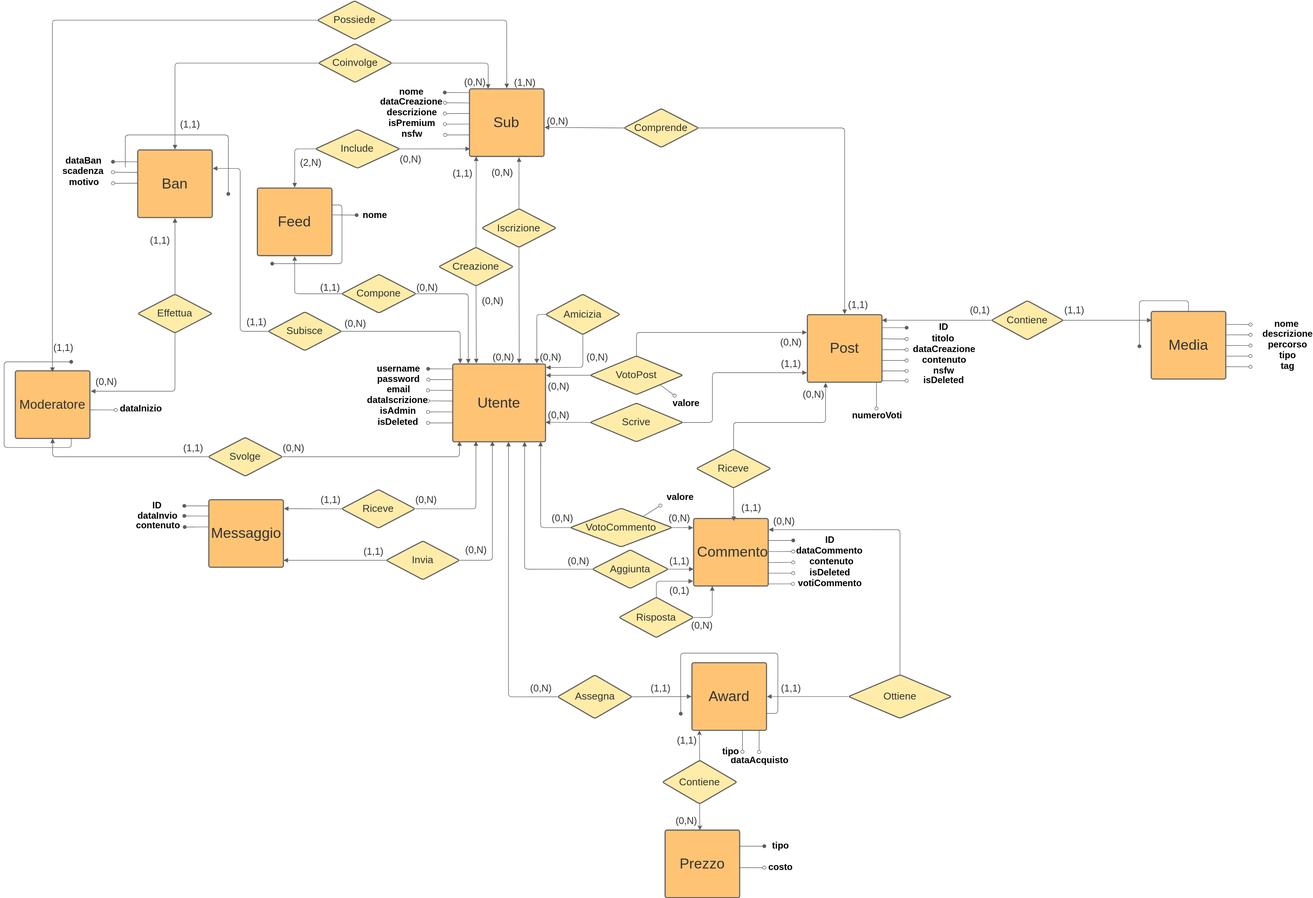
The draw.io diagram ER_ristrutturato.svg in LucaPolese/Leddit, before a commit. Source tidied: cells renumbered, new cells last; positions are measured from the earlier drawing's top-left corner, leaving out a move shared by most shapes.
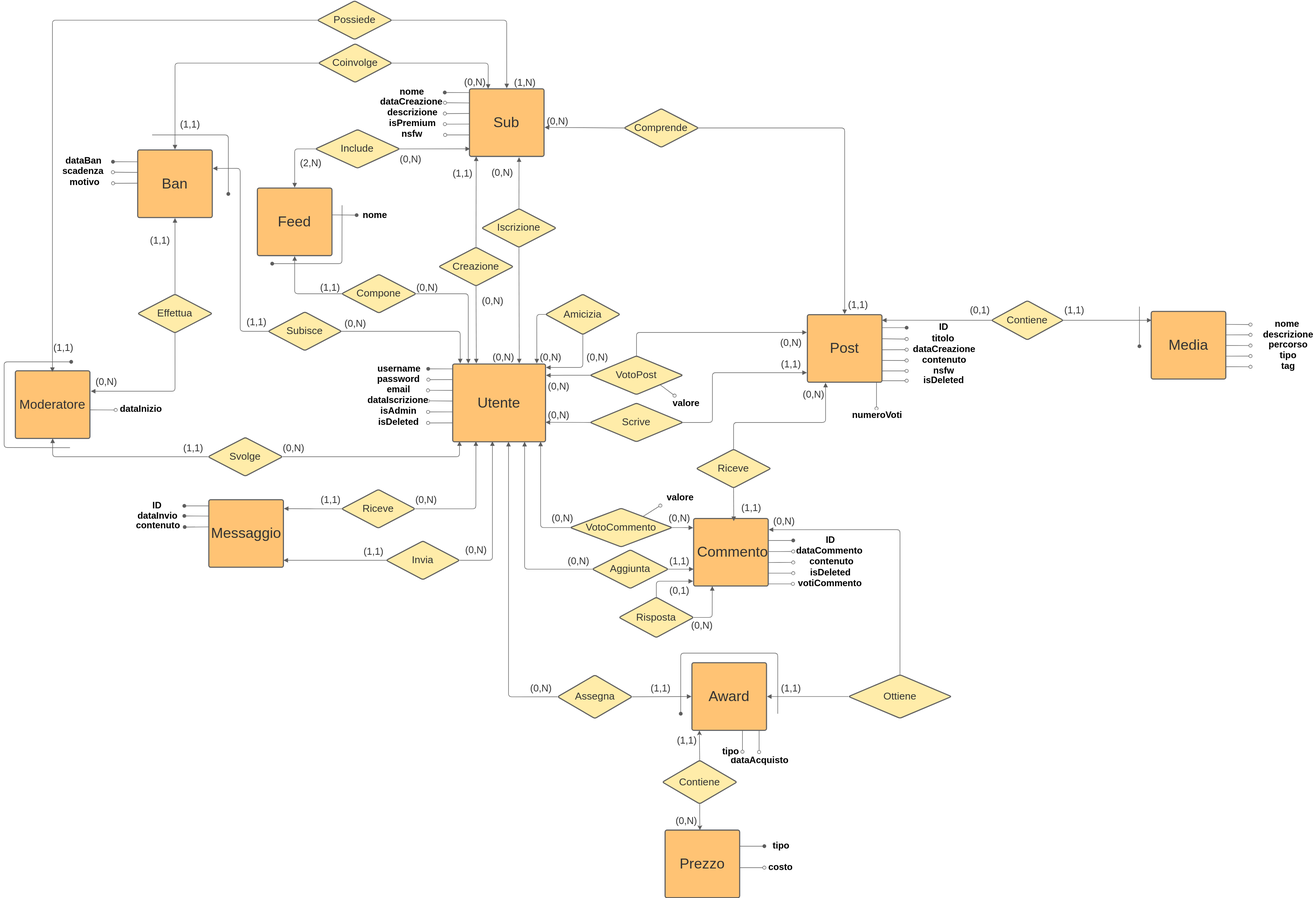
Later version of the same file.

Diff of the diagram source:
```diff
@@ -261,13 +261,13 @@
     <mxCell id="67" style="html=1;jettySize=18;whiteSpace=wrap;fontSize=11;strokeColor=#5E5E5E;rounded=1;arcSize=12;edgeStyle=orthogonalEdgeStyle;startArrow=none;endArrow=block;endFill=1;exitX=0;exitY=0.5;entryX=1.006;entryY=0.5;entryPerimeter=0;exitDx=0;exitDy=0;" parent="1" edge="1" source="50" target="47">
       <mxGeometry relative="1" as="geometry" />
     </mxCell>
-    <mxCell id="68" style="html=1;jettySize=18;whiteSpace=wrap;fontSize=11;strokeColor=#5E5E5E;rounded=1;arcSize=12;edgeStyle=orthogonalEdgeStyle;startArrow=none;endArrow=oval;endFill=1;exitX=1;exitY=0.75;exitDx=0;exitDy=0;" parent="1" edge="1" source="47">
+    <mxCell id="68" style="html=1;jettySize=18;whiteSpace=wrap;fontSize=11;strokeColor=#5E5E5E;rounded=1;arcSize=12;edgeStyle=orthogonalEdgeStyle;startArrow=none;endArrow=oval;endFill=1;" parent="1" edge="1">
       <mxGeometry relative="1" as="geometry">
+        <mxPoint x="1442" y="1329" as="sourcePoint" />
         <mxPoint x="1261.2" y="1329" as="targetPoint" />
         <Array as="points">
-          <mxPoint x="1442.2" y="1328" />
-          <mxPoint x="1442.2" y="1216" />
-          <mxPoint x="1261.2" y="1216" />
+          <mxPoint x="1442" y="1216" />
+          <mxPoint x="1261" y="1216" />
         </Array>
       </mxGeometry>
     </mxCell>
@@ -699,8 +699,9 @@
         <mxPoint x="67.3" y="-0.1" as="offset" />
       </mxGeometry>
     </mxCell>
-    <mxCell id="168" style="html=1;jettySize=18;whiteSpace=wrap;fontSize=11;strokeColor=#5E5E5E;rounded=1;arcSize=12;edgeStyle=orthogonalEdgeStyle;startArrow=none;endArrow=oval;endFill=1;exitX=1;exitY=0.25;exitDx=0;exitDy=0;" parent="1" edge="1" source="39">
+    <mxCell id="168" style="html=1;jettySize=18;whiteSpace=wrap;fontSize=11;strokeColor=#5E5E5E;rounded=1;arcSize=12;edgeStyle=orthogonalEdgeStyle;startArrow=none;endArrow=oval;endFill=1;" parent="1" edge="1">
       <mxGeometry relative="1" as="geometry">
+        <mxPoint x="630" y="381" as="sourcePoint" />
         <mxPoint x="499.8" y="490" as="targetPoint" />
         <Array as="points">
           <mxPoint x="629.8" y="381" />
@@ -778,8 +779,9 @@
     <mxCell id="181" style="edgeStyle=none;rounded=0;orthogonalLoop=1;jettySize=auto;html=1;exitX=0.5;exitY=0;exitDx=0;exitDy=0;" parent="1" edge="1" source="25" target="25">
       <mxGeometry relative="1" as="geometry" />
     </mxCell>
-    <mxCell id="182" style="html=1;jettySize=18;whiteSpace=wrap;fontSize=11;strokeColor=#5E5E5E;rounded=1;arcSize=12;edgeStyle=orthogonalEdgeStyle;startArrow=none;endArrow=oval;endFill=1;exitX=0.75;exitY=1;exitDx=0;exitDy=0;" parent="1" edge="1" source="28">
+    <mxCell id="182" style="html=1;jettySize=18;whiteSpace=wrap;fontSize=11;strokeColor=#5E5E5E;rounded=1;arcSize=12;edgeStyle=orthogonalEdgeStyle;startArrow=none;endArrow=oval;endFill=1;" parent="1" edge="1">
       <mxGeometry relative="1" as="geometry">
+        <mxPoint x="116" y="833" as="sourcePoint" />
         <mxPoint x="125.2" y="673" as="targetPoint" />
         <Array as="points">
           <mxPoint x="125.1" y="832.8" />
@@ -790,10 +792,9 @@
     </mxCell>
     <mxCell id="183" style="html=1;jettySize=18;whiteSpace=wrap;fontSize=11;strokeColor=#5E5E5E;rounded=1;arcSize=12;edgeStyle=orthogonalEdgeStyle;startArrow=none;endArrow=oval;endFill=1;" parent="1" edge="1">
       <mxGeometry relative="1" as="geometry">
-        <mxPoint x="226" y="310" as="sourcePoint" />
+        <mxPoint x="276" y="250" as="sourcePoint" />
         <mxPoint x="418" y="360" as="targetPoint" />
         <Array as="points">
-          <mxPoint x="226" y="250" />
           <mxPoint x="418" y="250" />
         </Array>
       </mxGeometry>
@@ -831,13 +832,13 @@
         <mxPoint x="-68.2" y="-2" as="offset" />
       </mxGeometry>
     </mxCell>
-    <mxCell id="190" style="html=1;jettySize=18;whiteSpace=wrap;fontSize=11;strokeColor=#5E5E5E;rounded=1;arcSize=12;edgeStyle=orthogonalEdgeStyle;startArrow=none;endArrow=oval;endFill=1;exitX=0.5;exitY=0;exitDx=0;exitDy=0;" parent="1" edge="1" source="24">
+    <mxCell id="190" style="html=1;jettySize=18;whiteSpace=wrap;fontSize=11;strokeColor=#5E5E5E;rounded=1;arcSize=12;edgeStyle=orthogonalEdgeStyle;startArrow=none;endArrow=oval;endFill=1;" parent="1" edge="1">
       <mxGeometry relative="1" as="geometry">
+        <mxPoint x="2116" y="570" as="sourcePoint" />
         <mxPoint x="2116" y="644" as="targetPoint" />
         <Array as="points">
-          <mxPoint x="2208" y="559" />
-          <mxPoint x="2116" y="559" />
-          <mxPoint x="2116" y="644" />
+          <mxPoint x="2116" y="570" />
+          <mxPoint x="2116" y="570" />
         </Array>
       </mxGeometry>
     </mxCell>
```
